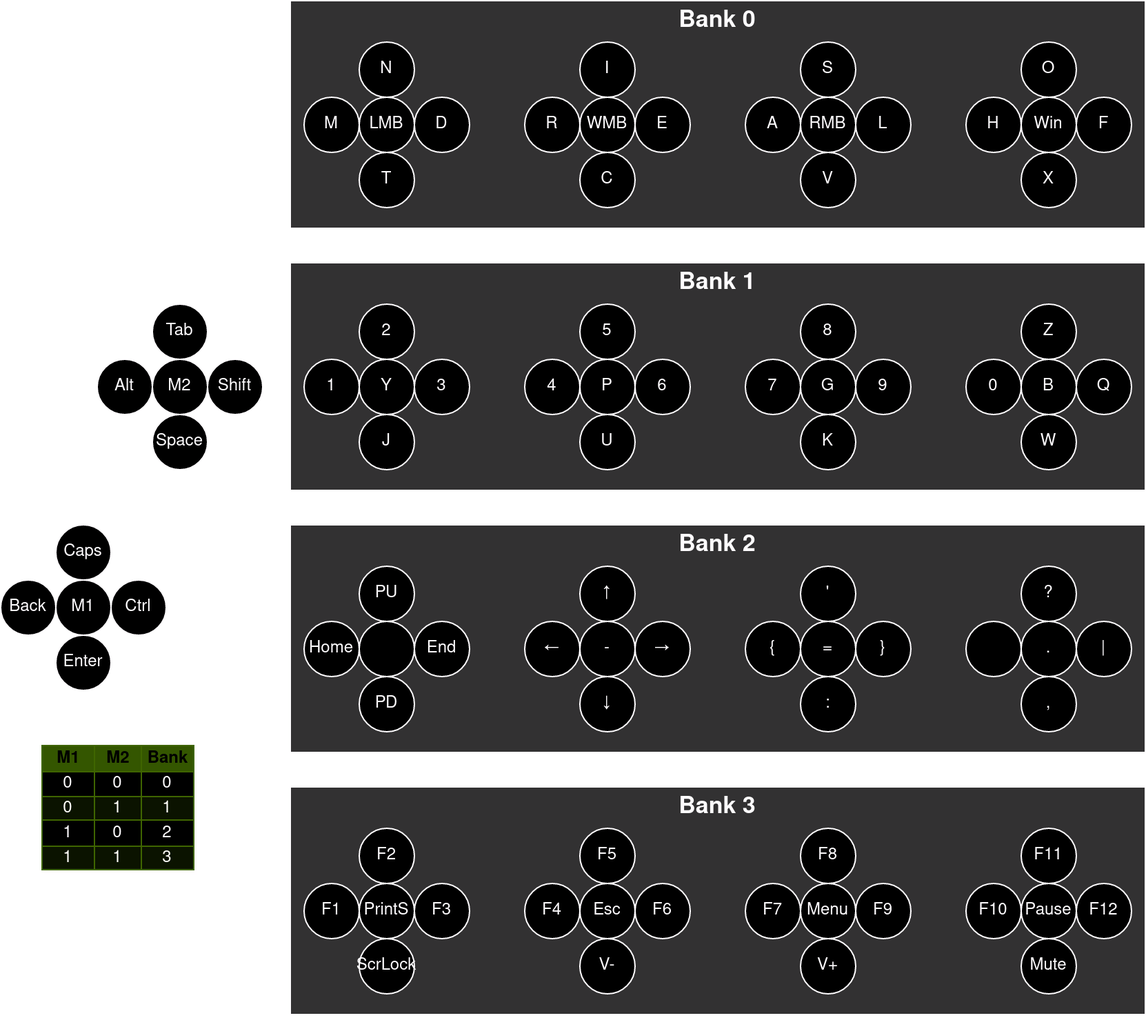
Earlier version of the draw.io export docs/layout.png (ARDev1161/ThinkBoard). Source tidied: cells renumbered, new cells last; positions are measured from the earlier drawing's top-left corner, leaving out a move shared by most shapes.
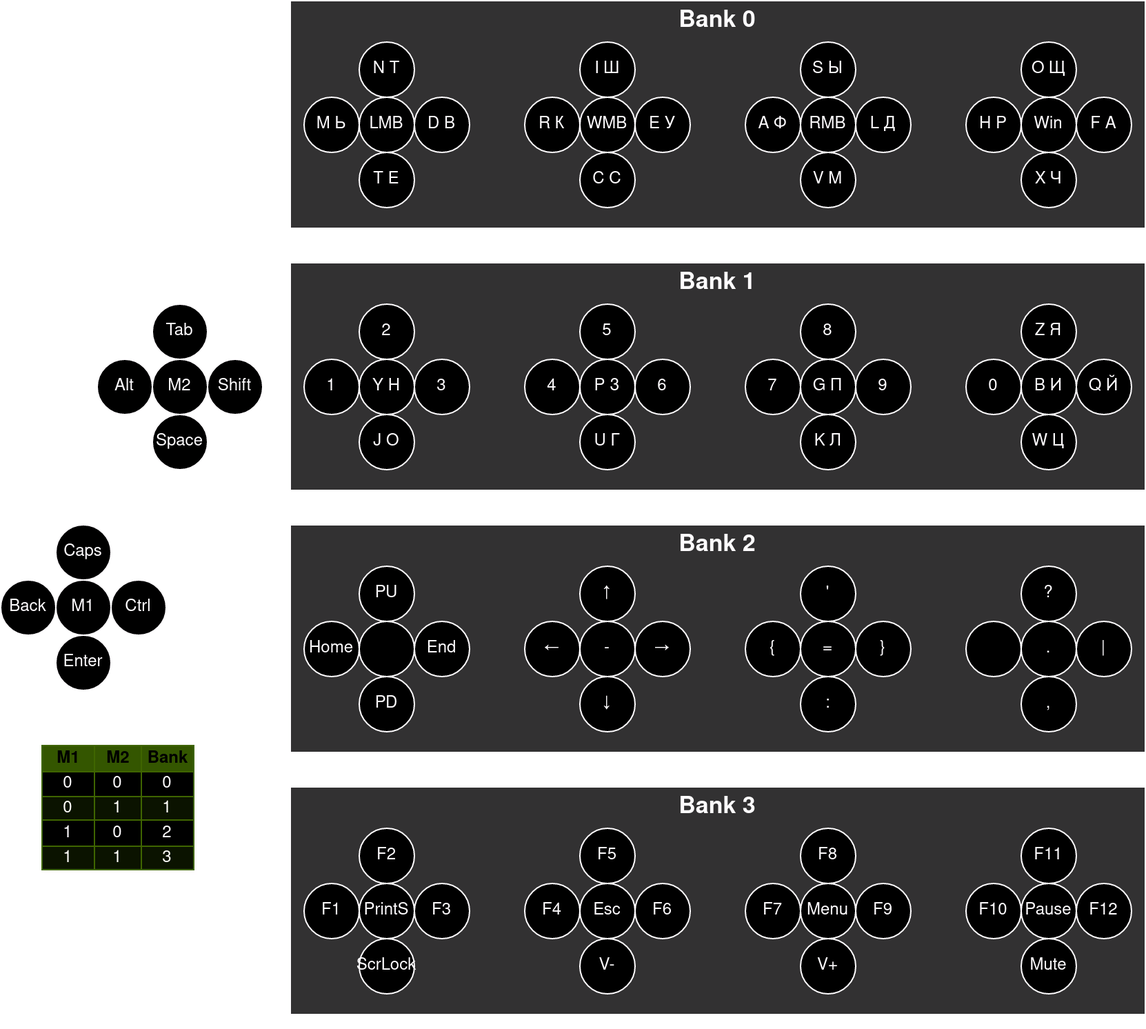
Above is the later version.

Commit message:
docs(layout): added russian qwerty symbols to layout

Change to the diagram source:
```diff
@@ -359,7 +359,7 @@
     <mxCell id="120" style="ellipse;whiteSpace=wrap;html=1;" parent="117" vertex="1">
       <mxGeometry x="40" y="40" width="40" height="40" as="geometry" />
     </mxCell>
-    <mxCell id="121" value="P" style="text;html=1;strokeColor=none;fillColor=none;align=center;verticalAlign=middle;whiteSpace=wrap;rounded=0;" parent="117" vertex="1">
+    <mxCell id="121" value="P З" style="text;html=1;strokeColor=none;fillColor=none;align=center;verticalAlign=middle;whiteSpace=wrap;rounded=0;" parent="117" vertex="1">
       <mxGeometry x="40" y="40" width="40" height="40" as="geometry" />
     </mxCell>
     <mxCell id="122" style="ellipse;whiteSpace=wrap;html=1;" parent="117" vertex="1">
@@ -377,7 +377,7 @@
     <mxCell id="126" style="ellipse;whiteSpace=wrap;html=1;" parent="117" vertex="1">
       <mxGeometry x="40" y="80" width="40" height="40" as="geometry" />
     </mxCell>
-    <mxCell id="127" value="U" style="text;html=1;strokeColor=none;fillColor=none;align=center;verticalAlign=middle;whiteSpace=wrap;rounded=0;" parent="117" vertex="1">
+    <mxCell id="127" value="U Г" style="text;html=1;strokeColor=none;fillColor=none;align=center;verticalAlign=middle;whiteSpace=wrap;rounded=0;" parent="117" vertex="1">
       <mxGeometry x="40" y="80" width="40" height="40" as="geometry" />
     </mxCell>
     <mxCell id="128" style="group;" parent="116" vertex="1">
@@ -407,16 +407,16 @@
     <mxCell id="136" style="ellipse;whiteSpace=wrap;html=1;" parent="128" vertex="1">
       <mxGeometry x="40" y="80" width="40" height="40" as="geometry" />
     </mxCell>
-    <mxCell id="137" value="K" style="text;html=1;strokeColor=none;fillColor=none;align=center;verticalAlign=middle;whiteSpace=wrap;rounded=0;" parent="128" vertex="1">
+    <mxCell id="137" value="K Л" style="text;html=1;strokeColor=none;fillColor=none;align=center;verticalAlign=middle;whiteSpace=wrap;rounded=0;" parent="128" vertex="1">
       <mxGeometry x="40" y="80" width="40" height="40" as="geometry" />
     </mxCell>
-    <mxCell id="138" value="G" style="text;html=1;strokeColor=none;fillColor=none;align=center;verticalAlign=middle;whiteSpace=wrap;rounded=0;" parent="128" vertex="1">
+    <mxCell id="138" value="G П" style="text;html=1;strokeColor=none;fillColor=none;align=center;verticalAlign=middle;whiteSpace=wrap;rounded=0;" parent="128" vertex="1">
       <mxGeometry x="40" y="40" width="40" height="40" as="geometry" />
     </mxCell>
     <mxCell id="139" style="group;" parent="116" vertex="1">
       <mxGeometry x="480" width="120" height="120" as="geometry" />
     </mxCell>
-    <mxCell id="140" value="Z" style="ellipse;whiteSpace=wrap;html=1;" parent="139" vertex="1">
+    <mxCell id="140" value="Z Я" style="ellipse;whiteSpace=wrap;html=1;" parent="139" vertex="1">
       <mxGeometry x="40" width="40" height="40" as="geometry" />
     </mxCell>
     <mxCell id="141" style="ellipse;whiteSpace=wrap;html=1;" parent="139" vertex="1">
@@ -428,16 +428,16 @@
     <mxCell id="143" value="0" style="text;html=1;strokeColor=none;fillColor=none;align=center;verticalAlign=middle;whiteSpace=wrap;rounded=0;" parent="139" vertex="1">
       <mxGeometry y="40" width="40" height="40" as="geometry" />
     </mxCell>
-    <mxCell id="144" value="Q" style="ellipse;whiteSpace=wrap;html=1;" parent="139" vertex="1">
+    <mxCell id="144" value="Q Й" style="ellipse;whiteSpace=wrap;html=1;" parent="139" vertex="1">
       <mxGeometry x="80" y="40" width="40" height="40" as="geometry" />
     </mxCell>
     <mxCell id="145" style="ellipse;whiteSpace=wrap;html=1;" parent="139" vertex="1">
       <mxGeometry x="40" y="80" width="40" height="40" as="geometry" />
     </mxCell>
-    <mxCell id="146" value="W" style="text;html=1;strokeColor=none;fillColor=none;align=center;verticalAlign=middle;whiteSpace=wrap;rounded=0;" parent="139" vertex="1">
+    <mxCell id="146" value="W Ц" style="text;html=1;strokeColor=none;fillColor=none;align=center;verticalAlign=middle;whiteSpace=wrap;rounded=0;" parent="139" vertex="1">
       <mxGeometry x="40" y="80" width="40" height="40" as="geometry" />
     </mxCell>
-    <mxCell id="147" value="B" style="text;html=1;strokeColor=none;fillColor=none;align=center;verticalAlign=middle;whiteSpace=wrap;rounded=0;" parent="139" vertex="1">
+    <mxCell id="147" value="B И" style="text;html=1;strokeColor=none;fillColor=none;align=center;verticalAlign=middle;whiteSpace=wrap;rounded=0;" parent="139" vertex="1">
       <mxGeometry x="40" y="40" width="40" height="40" as="geometry" />
     </mxCell>
     <mxCell id="148" style="group;" parent="116" vertex="1">
@@ -467,10 +467,10 @@
     <mxCell id="156" style="ellipse;whiteSpace=wrap;html=1;" parent="148" vertex="1">
       <mxGeometry x="40" y="80" width="40" height="40" as="geometry" />
     </mxCell>
-    <mxCell id="157" value="J" style="text;html=1;strokeColor=none;fillColor=none;align=center;verticalAlign=middle;whiteSpace=wrap;rounded=0;" parent="148" vertex="1">
+    <mxCell id="157" value="J О" style="text;html=1;strokeColor=none;fillColor=none;align=center;verticalAlign=middle;whiteSpace=wrap;rounded=0;" parent="148" vertex="1">
       <mxGeometry x="40" y="80" width="40" height="40" as="geometry" />
     </mxCell>
-    <mxCell id="158" value="Y" style="text;html=1;strokeColor=none;fillColor=none;align=center;verticalAlign=middle;whiteSpace=wrap;rounded=0;" parent="148" vertex="1">
+    <mxCell id="158" value="Y Н" style="text;html=1;strokeColor=none;fillColor=none;align=center;verticalAlign=middle;whiteSpace=wrap;rounded=0;" parent="148" vertex="1">
       <mxGeometry x="40" y="40" width="40" height="40" as="geometry" />
     </mxCell>
     <mxCell id="159" value="&lt;font style=&quot;font-size: 17px;&quot;&gt;&lt;b&gt;Bank 1&lt;br&gt;&lt;/b&gt;&lt;/font&gt;" style="text;html=1;strokeColor=none;fillColor=none;align=center;verticalAlign=middle;whiteSpace=wrap;rounded=0;" parent="114" vertex="1">
@@ -491,7 +491,7 @@
     <mxCell id="164" style="ellipse;whiteSpace=wrap;html=1;" parent="163" vertex="1">
       <mxGeometry x="40" width="40" height="40" as="geometry" />
     </mxCell>
-    <mxCell id="165" value="I" style="text;html=1;strokeColor=none;fillColor=none;align=center;verticalAlign=middle;whiteSpace=wrap;rounded=0;" parent="163" vertex="1">
+    <mxCell id="165" value="I Ш" style="text;html=1;strokeColor=none;fillColor=none;align=center;verticalAlign=middle;whiteSpace=wrap;rounded=0;" parent="163" vertex="1">
       <mxGeometry x="40" width="40" height="40" as="geometry" />
     </mxCell>
     <mxCell id="166" style="ellipse;whiteSpace=wrap;html=1;" parent="163" vertex="1">
@@ -500,19 +500,19 @@
     <mxCell id="167" style="ellipse;whiteSpace=wrap;html=1;" parent="163" vertex="1">
       <mxGeometry y="40" width="40" height="40" as="geometry" />
     </mxCell>
-    <mxCell id="168" value="R" style="text;html=1;strokeColor=none;fillColor=none;align=center;verticalAlign=middle;whiteSpace=wrap;rounded=0;" parent="163" vertex="1">
+    <mxCell id="168" value="R К" style="text;html=1;strokeColor=none;fillColor=none;align=center;verticalAlign=middle;whiteSpace=wrap;rounded=0;" parent="163" vertex="1">
       <mxGeometry y="40" width="40" height="40" as="geometry" />
     </mxCell>
     <mxCell id="169" style="ellipse;whiteSpace=wrap;html=1;" parent="163" vertex="1">
       <mxGeometry x="80" y="40" width="40" height="40" as="geometry" />
     </mxCell>
-    <mxCell id="170" value="E" style="text;html=1;strokeColor=none;fillColor=none;align=center;verticalAlign=middle;whiteSpace=wrap;rounded=0;" parent="163" vertex="1">
+    <mxCell id="170" value="E У" style="text;html=1;strokeColor=none;fillColor=none;align=center;verticalAlign=middle;whiteSpace=wrap;rounded=0;" parent="163" vertex="1">
       <mxGeometry x="80" y="40" width="40" height="40" as="geometry" />
     </mxCell>
     <mxCell id="171" style="ellipse;whiteSpace=wrap;html=1;" parent="163" vertex="1">
       <mxGeometry x="40" y="80" width="40" height="40" as="geometry" />
     </mxCell>
-    <mxCell id="172" value="C" style="text;html=1;strokeColor=none;fillColor=none;align=center;verticalAlign=middle;whiteSpace=wrap;rounded=0;" parent="163" vertex="1">
+    <mxCell id="172" value="C С" style="text;html=1;strokeColor=none;fillColor=none;align=center;verticalAlign=middle;whiteSpace=wrap;rounded=0;" parent="163" vertex="1">
       <mxGeometry x="40" y="80" width="40" height="40" as="geometry" />
     </mxCell>
     <mxCell id="173" value="WMB" style="text;html=1;strokeColor=none;fillColor=none;align=center;verticalAlign=middle;whiteSpace=wrap;rounded=0;" parent="163" vertex="1">
@@ -524,7 +524,7 @@
     <mxCell id="175" style="ellipse;whiteSpace=wrap;html=1;" parent="174" vertex="1">
       <mxGeometry x="40" width="40" height="40" as="geometry" />
     </mxCell>
-    <mxCell id="176" value="S" style="text;html=1;strokeColor=none;fillColor=none;align=center;verticalAlign=middle;whiteSpace=wrap;rounded=0;" parent="174" vertex="1">
+    <mxCell id="176" value="S Ы" style="text;html=1;strokeColor=none;fillColor=none;align=center;verticalAlign=middle;whiteSpace=wrap;rounded=0;" parent="174" vertex="1">
       <mxGeometry x="40" width="40" height="40" as="geometry" />
     </mxCell>
     <mxCell id="177" style="ellipse;whiteSpace=wrap;html=1;" parent="174" vertex="1">
@@ -533,19 +533,19 @@
     <mxCell id="178" style="ellipse;whiteSpace=wrap;html=1;" parent="174" vertex="1">
       <mxGeometry y="40" width="40" height="40" as="geometry" />
     </mxCell>
-    <mxCell id="179" value="A" style="text;html=1;strokeColor=none;fillColor=none;align=center;verticalAlign=middle;whiteSpace=wrap;rounded=0;" parent="174" vertex="1">
+    <mxCell id="179" value="A Ф" style="text;html=1;strokeColor=none;fillColor=none;align=center;verticalAlign=middle;whiteSpace=wrap;rounded=0;" parent="174" vertex="1">
       <mxGeometry y="40" width="40" height="40" as="geometry" />
     </mxCell>
     <mxCell id="180" style="ellipse;whiteSpace=wrap;html=1;" parent="174" vertex="1">
       <mxGeometry x="80" y="40" width="40" height="40" as="geometry" />
     </mxCell>
-    <mxCell id="181" value="L" style="text;html=1;strokeColor=none;fillColor=none;align=center;verticalAlign=middle;whiteSpace=wrap;rounded=0;" parent="174" vertex="1">
+    <mxCell id="181" value="L Д" style="text;html=1;strokeColor=none;fillColor=none;align=center;verticalAlign=middle;whiteSpace=wrap;rounded=0;" parent="174" vertex="1">
       <mxGeometry x="80" y="40" width="40" height="40" as="geometry" />
     </mxCell>
     <mxCell id="182" style="ellipse;whiteSpace=wrap;html=1;" parent="174" vertex="1">
       <mxGeometry x="40" y="80" width="40" height="40" as="geometry" />
     </mxCell>
-    <mxCell id="183" value="V" style="text;html=1;strokeColor=none;fillColor=none;align=center;verticalAlign=middle;whiteSpace=wrap;rounded=0;" parent="174" vertex="1">
+    <mxCell id="183" value="V М" style="text;html=1;strokeColor=none;fillColor=none;align=center;verticalAlign=middle;whiteSpace=wrap;rounded=0;" parent="174" vertex="1">
       <mxGeometry x="40" y="80" width="40" height="40" as="geometry" />
     </mxCell>
     <mxCell id="184" value="RMB" style="text;html=1;strokeColor=none;fillColor=none;align=center;verticalAlign=middle;whiteSpace=wrap;rounded=0;" parent="174" vertex="1">
@@ -557,7 +557,7 @@
     <mxCell id="186" style="ellipse;whiteSpace=wrap;html=1;" parent="185" vertex="1">
       <mxGeometry x="40" width="40" height="40" as="geometry" />
     </mxCell>
-    <mxCell id="187" value="O" style="text;html=1;strokeColor=none;fillColor=none;align=center;verticalAlign=middle;whiteSpace=wrap;rounded=0;" parent="185" vertex="1">
+    <mxCell id="187" value="O Щ" style="text;html=1;strokeColor=none;fillColor=none;align=center;verticalAlign=middle;whiteSpace=wrap;rounded=0;" parent="185" vertex="1">
       <mxGeometry x="40" width="40" height="40" as="geometry" />
     </mxCell>
     <mxCell id="188" value="Win" style="ellipse;whiteSpace=wrap;html=1;" parent="185" vertex="1">
@@ -566,19 +566,19 @@
     <mxCell id="189" style="ellipse;whiteSpace=wrap;html=1;" parent="185" vertex="1">
       <mxGeometry y="40" width="40" height="40" as="geometry" />
     </mxCell>
-    <mxCell id="190" value="H" style="text;html=1;strokeColor=none;fillColor=none;align=center;verticalAlign=middle;whiteSpace=wrap;rounded=0;" parent="185" vertex="1">
+    <mxCell id="190" value="H Р" style="text;html=1;strokeColor=none;fillColor=none;align=center;verticalAlign=middle;whiteSpace=wrap;rounded=0;" parent="185" vertex="1">
       <mxGeometry y="40" width="40" height="40" as="geometry" />
     </mxCell>
     <mxCell id="191" style="ellipse;whiteSpace=wrap;html=1;" parent="185" vertex="1">
       <mxGeometry x="80" y="40" width="40" height="40" as="geometry" />
     </mxCell>
-    <mxCell id="192" value="F" style="text;html=1;strokeColor=none;fillColor=none;align=center;verticalAlign=middle;whiteSpace=wrap;rounded=0;" parent="185" vertex="1">
+    <mxCell id="192" value="F А" style="text;html=1;strokeColor=none;fillColor=none;align=center;verticalAlign=middle;whiteSpace=wrap;rounded=0;" parent="185" vertex="1">
       <mxGeometry x="80" y="40" width="40" height="40" as="geometry" />
     </mxCell>
     <mxCell id="193" style="ellipse;whiteSpace=wrap;html=1;" parent="185" vertex="1">
       <mxGeometry x="40" y="80" width="40" height="40" as="geometry" />
     </mxCell>
-    <mxCell id="194" value="X" style="text;html=1;strokeColor=none;fillColor=none;align=center;verticalAlign=middle;whiteSpace=wrap;rounded=0;" parent="185" vertex="1">
+    <mxCell id="194" value="X Ч" style="text;html=1;strokeColor=none;fillColor=none;align=center;verticalAlign=middle;whiteSpace=wrap;rounded=0;" parent="185" vertex="1">
       <mxGeometry x="40" y="80" width="40" height="40" as="geometry" />
     </mxCell>
     <mxCell id="195" style="group;" parent="162" vertex="1">
@@ -587,7 +587,7 @@
     <mxCell id="196" style="ellipse;whiteSpace=wrap;html=1;" parent="195" vertex="1">
       <mxGeometry x="40" width="40" height="40" as="geometry" />
     </mxCell>
-    <mxCell id="197" value="N" style="text;html=1;strokeColor=none;fillColor=none;align=center;verticalAlign=middle;whiteSpace=wrap;rounded=0;" parent="195" vertex="1">
+    <mxCell id="197" value="N Т" style="text;html=1;strokeColor=none;fillColor=none;align=center;verticalAlign=middle;whiteSpace=wrap;rounded=0;" parent="195" vertex="1">
       <mxGeometry x="40" width="40" height="40" as="geometry" />
     </mxCell>
     <mxCell id="198" style="ellipse;whiteSpace=wrap;html=1;" parent="195" vertex="1">
@@ -596,19 +596,19 @@
     <mxCell id="199" style="ellipse;whiteSpace=wrap;html=1;" parent="195" vertex="1">
       <mxGeometry y="40" width="40" height="40" as="geometry" />
     </mxCell>
-    <mxCell id="200" value="M" style="text;html=1;strokeColor=none;fillColor=none;align=center;verticalAlign=middle;whiteSpace=wrap;rounded=0;" parent="195" vertex="1">
+    <mxCell id="200" value="M Ь" style="text;html=1;strokeColor=none;fillColor=none;align=center;verticalAlign=middle;whiteSpace=wrap;rounded=0;" parent="195" vertex="1">
       <mxGeometry y="40" width="40" height="40" as="geometry" />
     </mxCell>
     <mxCell id="201" style="ellipse;whiteSpace=wrap;html=1;" parent="195" vertex="1">
       <mxGeometry x="80" y="40" width="40" height="40" as="geometry" />
     </mxCell>
-    <mxCell id="202" value="D" style="text;html=1;strokeColor=none;fillColor=none;align=center;verticalAlign=middle;whiteSpace=wrap;rounded=0;" parent="195" vertex="1">
+    <mxCell id="202" value="D В" style="text;html=1;strokeColor=none;fillColor=none;align=center;verticalAlign=middle;whiteSpace=wrap;rounded=0;" parent="195" vertex="1">
       <mxGeometry x="80" y="40" width="40" height="40" as="geometry" />
     </mxCell>
     <mxCell id="203" style="ellipse;whiteSpace=wrap;html=1;" parent="195" vertex="1">
       <mxGeometry x="40" y="80" width="40" height="40" as="geometry" />
     </mxCell>
-    <mxCell id="204" value="T" style="text;html=1;strokeColor=none;fillColor=none;align=center;verticalAlign=middle;whiteSpace=wrap;rounded=0;" parent="195" vertex="1">
+    <mxCell id="204" value="T Е" style="text;html=1;strokeColor=none;fillColor=none;align=center;verticalAlign=middle;whiteSpace=wrap;rounded=0;" parent="195" vertex="1">
       <mxGeometry x="40" y="80" width="40" height="40" as="geometry" />
     </mxCell>
     <mxCell id="205" value="LMB" style="text;html=1;strokeColor=none;fillColor=none;align=center;verticalAlign=middle;whiteSpace=wrap;rounded=0;" parent="195" vertex="1">
```
